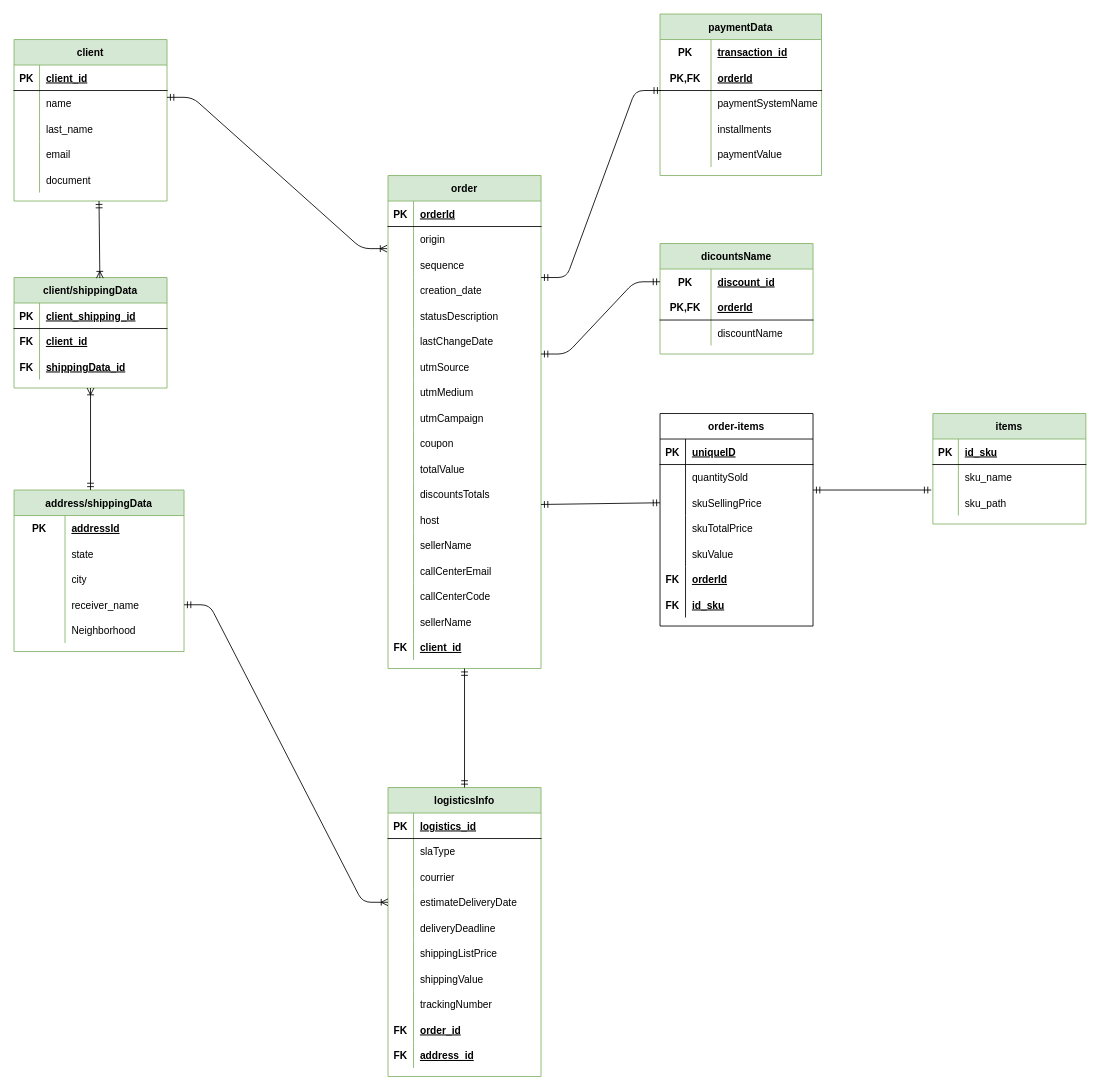
This is database/mer-powerbi-integration.drawio from Oficialfarma/powerbi-integration, a draw.io file, before an edit. Source tidied: cells renumbered, new cells numbered last; positions are measured from the earlier drawing's top-left corner, leaving out a move shared by most shapes. Both pictures are drawn from the tidied source at 85%, with x=0, y=0 at pixel (14, 14).
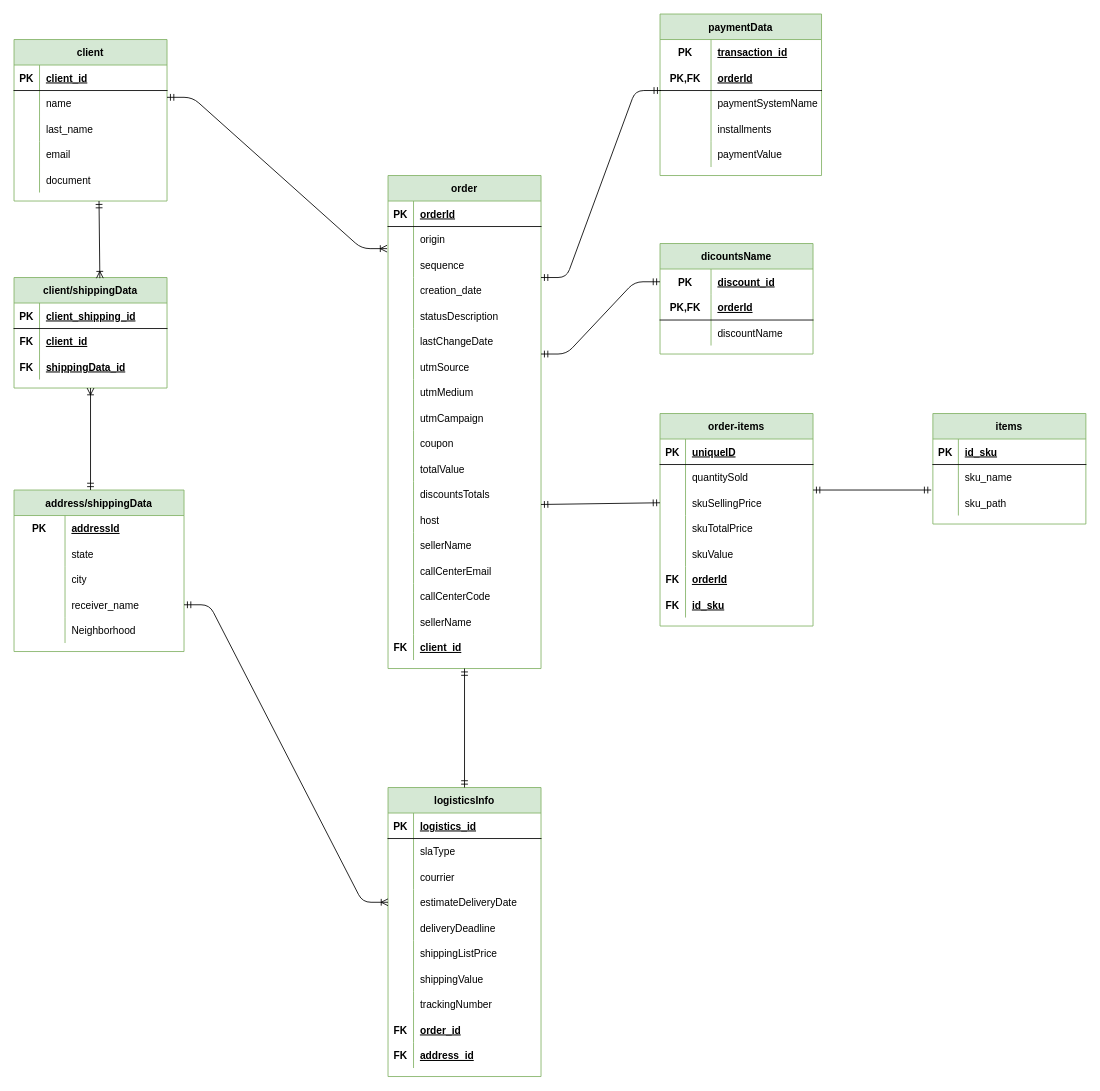
The same page after the edit.

Commit message:
Atualizado o mer

Diff of the diagram source:
```diff
@@
-    <mxCell id="163" value="order-items" style="shape=table;startSize=30;childLayout=tableLayout;rowLines=0;fontStyle=1;align=center;" parent="1" vertex="1">
+    <mxCell id="163" value="order-items" style="shape=table;startSize=30;childLayout=tableLayout;rowLines=0;fontStyle=1;align=center;fillColor=#d5e8d4;strokeColor=#82b366;" parent="1" vertex="1">
       <mxGeometry x="760" y="470" width="180" height="250" as="geometry" />
     </mxCell>
```
